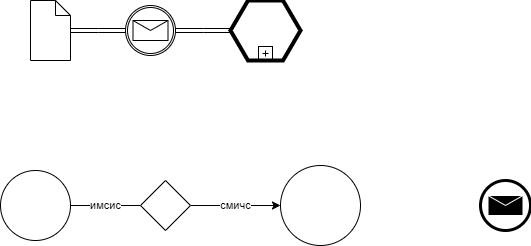
The draw.io diagram Untitled_Diagram.drawio.png in dkorolev13/test_drawio, before a commit. Source tidied: cells renumbered, new cells last; positions are measured from the earlier drawing's top-left corner, leaving out a move shared by most shapes.
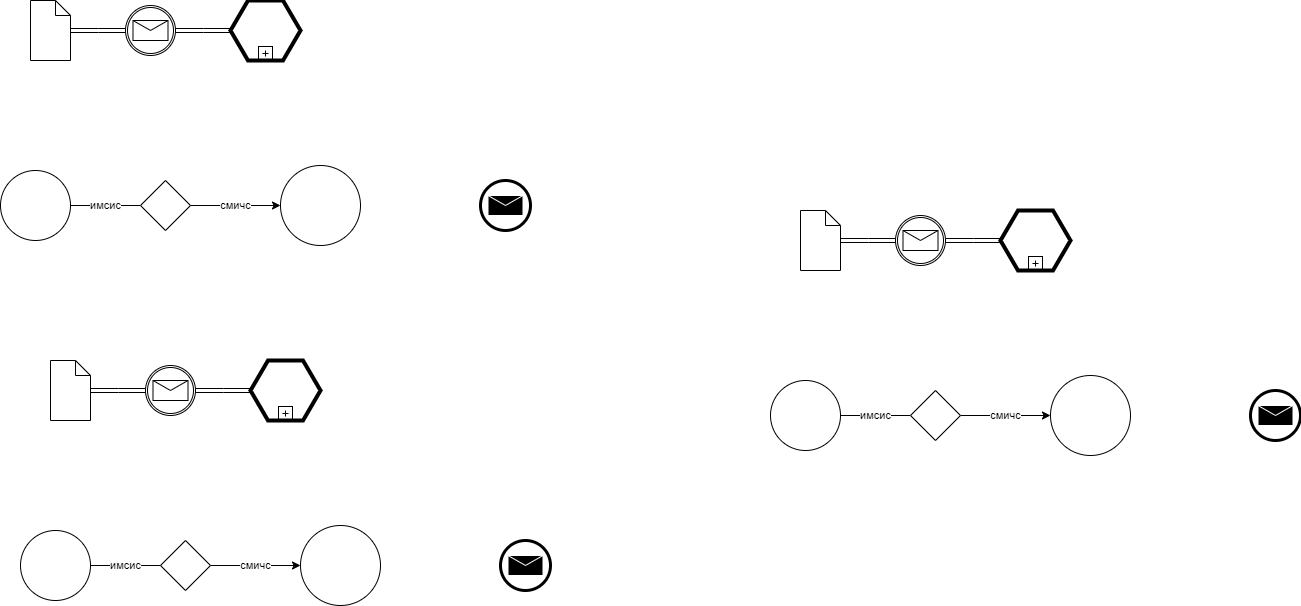
The same file after the commit.

Diff of the diagram source:
```diff
@@ -39,5 +39,79 @@
     <mxCell id="12" style="shape=mxgraph.bpmn.event;html=1;verticalLabelPosition=bottom;labelBackgroundColor=#ffffff;verticalAlign=top;align=center;perimeter=ellipsePerimeter;outline=end;symbol=message;" parent="1" vertex="1">
       <mxGeometry x="480" y="180" width="50" height="50" as="geometry" />
     </mxCell>
+    <mxCell id="13" style="shape=mxgraph.bpmn.data;labelPosition=center;verticalLabelPosition=bottom;align=center;verticalAlign=top;size=15;html=1;" parent="1" vertex="1">
+      <mxGeometry x="50" y="360" width="40" height="60" as="geometry" />
+    </mxCell>
+    <mxCell id="14" style="edgeStyle=elbowEdgeStyle;fontSize=12;html=1;shape=link;rounded=0;startArrow=none;" parent="1" edge="1" source="22">
+      <mxGeometry relative="1" as="geometry">
+        <mxPoint x="250" y="390" as="targetPoint" />
+      </mxGeometry>
+    </mxCell>
+    <mxCell id="15" style="shape=mxgraph.bpmn.conversation;perimeter=hexagonPerimeter2;whiteSpace=wrap;html=1;bpmnConversationType=call;isLoopSub=1;" parent="1" vertex="1">
+      <mxGeometry x="250" y="360" width="70" height="60" as="geometry" />
+    </mxCell>
+    <mxCell id="16" value="смичс" style="edgeStyle=orthogonalEdgeStyle;rounded=0;jettySize=auto;html=1;startArrow=none;" parent="1" edge="1" source="20" target="18">
+      <mxGeometry relative="1" as="geometry" />
+    </mxCell>
+    <mxCell id="17" style="points=[[0.145,0.145,0],[0.5,0,0],[0.855,0.145,0],[1,0.5,0],[0.855,0.855,0],[0.5,1,0],[0.145,0.855,0],[0,0.5,0]];shape=mxgraph.bpmn.event;html=1;verticalLabelPosition=bottom;labelBackgroundColor=#ffffff;verticalAlign=top;align=center;perimeter=ellipsePerimeter;outlineConnect=0;outline=standard;symbol=general;" parent="1" vertex="1">
+      <mxGeometry x="20" y="530" width="70" height="70" as="geometry" />
+    </mxCell>
+    <mxCell id="18" style="ellipse;whiteSpace=wrap;html=1;verticalAlign=top;labelBackgroundColor=#ffffff;direction=south;" parent="1" vertex="1">
+      <mxGeometry x="300" y="525" width="80" height="80" as="geometry" />
+    </mxCell>
+    <mxCell id="19" value="имсис" style="edgeStyle=orthogonalEdgeStyle;rounded=0;jettySize=auto;html=1;endArrow=none;" parent="1" edge="1" source="17" target="20">
+      <mxGeometry relative="1" as="geometry" />
+    </mxCell>
+    <mxCell id="20" style="points=[[0.25,0.25,0],[0.5,0,0],[0.75,0.25,0],[1,0.5,0],[0.75,0.75,0],[0.5,1,0],[0.25,0.75,0],[0,0.5,0]];shape=mxgraph.bpmn.gateway2;html=1;verticalLabelPosition=bottom;labelBackgroundColor=#ffffff;verticalAlign=top;align=center;perimeter=rhombusPerimeter;outlineConnect=0;outline=none;symbol=none;" parent="1" vertex="1">
+      <mxGeometry x="160" y="540" width="50" height="50" as="geometry" />
+    </mxCell>
+    <mxCell id="21" style="edgeStyle=elbowEdgeStyle;fontSize=12;html=1;shape=link;rounded=0;endArrow=none;" parent="1" edge="1" target="22">
+      <mxGeometry relative="1" as="geometry">
+        <mxPoint x="90" y="390" as="sourcePoint" />
+      </mxGeometry>
+    </mxCell>
+    <mxCell id="22" style="points=[[0.145,0.145,0],[0.5,0,0],[0.855,0.145,0],[1,0.5,0],[0.855,0.855,0],[0.5,1,0],[0.145,0.855,0],[0,0.5,0]];shape=mxgraph.bpmn.event;html=1;verticalLabelPosition=bottom;labelBackgroundColor=#ffffff;verticalAlign=top;align=center;perimeter=ellipsePerimeter;outlineConnect=0;outline=boundInt;symbol=message;" parent="1" vertex="1">
+      <mxGeometry x="145" y="365" width="50" height="50" as="geometry" />
+    </mxCell>
+    <mxCell id="23" style="shape=mxgraph.bpmn.event;html=1;verticalLabelPosition=bottom;labelBackgroundColor=#ffffff;verticalAlign=top;align=center;perimeter=ellipsePerimeter;outline=end;symbol=message;" parent="1" vertex="1">
+      <mxGeometry x="500" y="540" width="50" height="50" as="geometry" />
+    </mxCell>
+    <mxCell id="24" style="shape=mxgraph.bpmn.data;labelPosition=center;verticalLabelPosition=bottom;align=center;verticalAlign=top;size=15;html=1;" parent="1" vertex="1">
+      <mxGeometry x="800" y="210" width="40" height="60" as="geometry" />
+    </mxCell>
+    <mxCell id="25" style="edgeStyle=elbowEdgeStyle;fontSize=12;html=1;shape=link;rounded=0;startArrow=none;" parent="1" edge="1" source="33">
+      <mxGeometry relative="1" as="geometry">
+        <mxPoint x="1000" y="240" as="targetPoint" />
+      </mxGeometry>
+    </mxCell>
+    <mxCell id="26" style="shape=mxgraph.bpmn.conversation;perimeter=hexagonPerimeter2;whiteSpace=wrap;html=1;bpmnConversationType=call;isLoopSub=1;" parent="1" vertex="1">
+      <mxGeometry x="1000" y="210" width="70" height="60" as="geometry" />
+    </mxCell>
+    <mxCell id="27" value="смичс" style="edgeStyle=orthogonalEdgeStyle;rounded=0;jettySize=auto;html=1;startArrow=none;" parent="1" edge="1" source="31" target="29">
+      <mxGeometry relative="1" as="geometry" />
+    </mxCell>
+    <mxCell id="28" style="points=[[0.145,0.145,0],[0.5,0,0],[0.855,0.145,0],[1,0.5,0],[0.855,0.855,0],[0.5,1,0],[0.145,0.855,0],[0,0.5,0]];shape=mxgraph.bpmn.event;html=1;verticalLabelPosition=bottom;labelBackgroundColor=#ffffff;verticalAlign=top;align=center;perimeter=ellipsePerimeter;outlineConnect=0;outline=standard;symbol=general;" parent="1" vertex="1">
+      <mxGeometry x="770" y="380" width="70" height="70" as="geometry" />
+    </mxCell>
+    <mxCell id="29" style="ellipse;whiteSpace=wrap;html=1;verticalAlign=top;labelBackgroundColor=#ffffff;direction=south;" parent="1" vertex="1">
+      <mxGeometry x="1050" y="375" width="80" height="80" as="geometry" />
+    </mxCell>
+    <mxCell id="30" value="имсис" style="edgeStyle=orthogonalEdgeStyle;rounded=0;jettySize=auto;html=1;endArrow=none;" parent="1" edge="1" source="28" target="31">
+      <mxGeometry relative="1" as="geometry" />
+    </mxCell>
+    <mxCell id="31" style="points=[[0.25,0.25,0],[0.5,0,0],[0.75,0.25,0],[1,0.5,0],[0.75,0.75,0],[0.5,1,0],[0.25,0.75,0],[0,0.5,0]];shape=mxgraph.bpmn.gateway2;html=1;verticalLabelPosition=bottom;labelBackgroundColor=#ffffff;verticalAlign=top;align=center;perimeter=rhombusPerimeter;outlineConnect=0;outline=none;symbol=none;" parent="1" vertex="1">
+      <mxGeometry x="910" y="390" width="50" height="50" as="geometry" />
+    </mxCell>
+    <mxCell id="32" style="edgeStyle=elbowEdgeStyle;fontSize=12;html=1;shape=link;rounded=0;endArrow=none;" parent="1" edge="1" target="33">
+      <mxGeometry relative="1" as="geometry">
+        <mxPoint x="840" y="240" as="sourcePoint" />
+      </mxGeometry>
+    </mxCell>
+    <mxCell id="33" style="points=[[0.145,0.145,0],[0.5,0,0],[0.855,0.145,0],[1,0.5,0],[0.855,0.855,0],[0.5,1,0],[0.145,0.855,0],[0,0.5,0]];shape=mxgraph.bpmn.event;html=1;verticalLabelPosition=bottom;labelBackgroundColor=#ffffff;verticalAlign=top;align=center;perimeter=ellipsePerimeter;outlineConnect=0;outline=boundInt;symbol=message;" parent="1" vertex="1">
+      <mxGeometry x="895" y="215" width="50" height="50" as="geometry" />
+    </mxCell>
+    <mxCell id="34" style="shape=mxgraph.bpmn.event;html=1;verticalLabelPosition=bottom;labelBackgroundColor=#ffffff;verticalAlign=top;align=center;perimeter=ellipsePerimeter;outline=end;symbol=message;" parent="1" vertex="1">
+      <mxGeometry x="1250" y="390" width="50" height="50" as="geometry" />
+    </mxCell>
   </root>
 </mxGraphModel>
```
